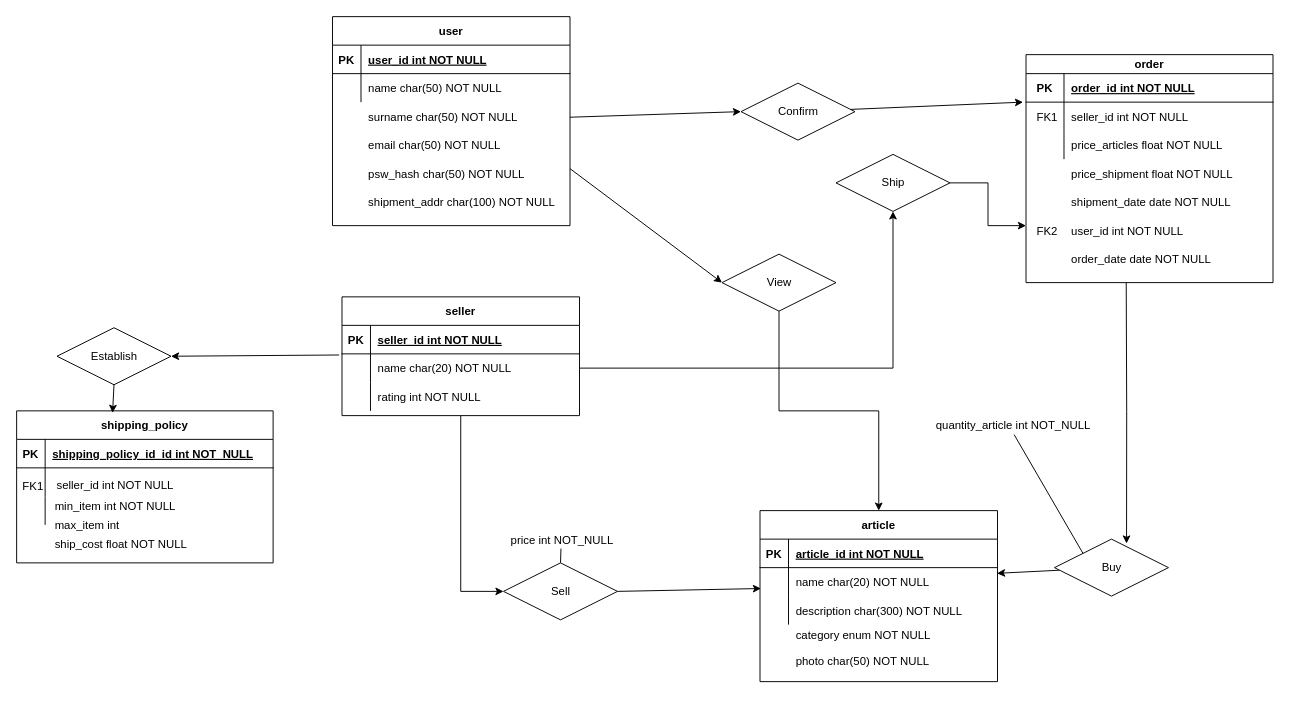
fedy97/TIW_HTML-2020-2021 keeps this draw.io diagram as Untitled Diagram.drawio. Above is the earlier version. Source tidied: cells renumbered, new cells numbered last; positions are measured from the earlier drawing's top-left corner, leaving out a move shared by most shapes. Both pictures are drawn from the tidied source at 95%, with x=0, y=0 at pixel (16, 16).
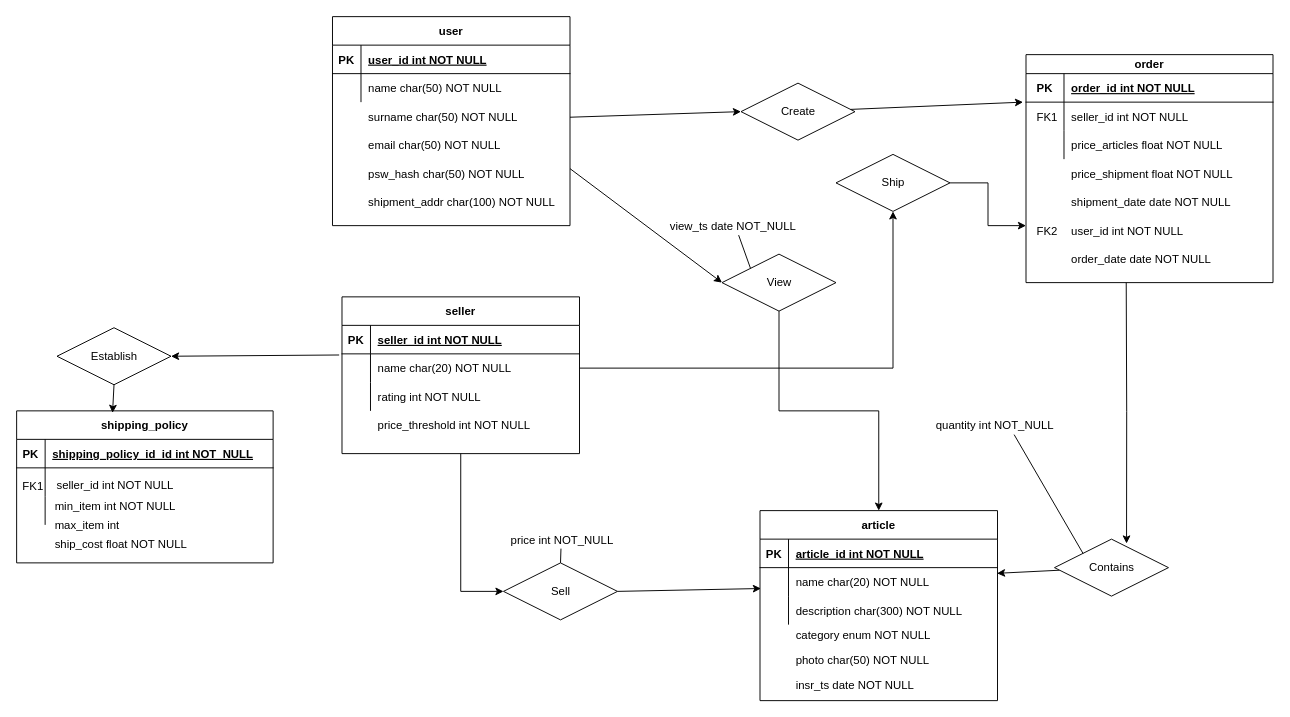
After the change.

Change to the diagram source:
```diff
@@
     <mxCell id="13" value="article" style="shape=table;startSize=30;childLayout=tableLayout;rowLines=0;fontStyle=1;align=center;" parent="1" vertex="1">
-      <mxGeometry x="782.5" y="520" width="250" height="180" as="geometry" />
+      <mxGeometry x="782.5" y="520" width="250" height="200" as="geometry" />
     </mxCell>
@@
     <mxCell id="32" value="photo char(50) NOT NULL" style="shape=partialRectangle;overflow=hidden;fillColor=none;top=0;left=0;bottom=0;right=0;align=left;spacingLeft=6;" parent="1" vertex="1">
-      <mxGeometry x="812.5" y="663" width="220" height="30" as="geometry" />
+      <mxGeometry x="812.5" y="663" width="220" height="27" as="geometry" />
     </mxCell>
@@
     <mxCell id="34" value="seller" style="shape=table;startSize=30;childLayout=tableLayout;rowLines=0;fontStyle=1;align=center;" parent="1" vertex="1">
-      <mxGeometry x="342.5" y="295" width="250" height="125" as="geometry" />
+      <mxGeometry x="342.5" y="295" width="250" height="165" as="geometry" />
     </mxCell>
@@
-    <mxCell id="51" value="Buy" style="shape=rhombus;perimeter=rhombusPerimeter;whiteSpace=wrap;html=1;align=center;" parent="1" vertex="1">
+    <mxCell id="51" value="Contains" style="shape=rhombus;perimeter=rhombusPerimeter;whiteSpace=wrap;html=1;align=center;" parent="1" vertex="1">
       <mxGeometry x="1092.5" y="550" width="120" height="60" as="geometry" />
     </mxCell>
@@
-    <mxCell id="57" value="Confirm" style="shape=rhombus;perimeter=rhombusPerimeter;whiteSpace=wrap;html=1;align=center;strokeColor=#000000;" parent="1" vertex="1">
+    <mxCell id="57" value="Create" style="shape=rhombus;perimeter=rhombusPerimeter;whiteSpace=wrap;html=1;align=center;strokeColor=#000000;" parent="1" vertex="1">
       <mxGeometry x="762.5" y="70" width="120" height="60" as="geometry" />
     </mxCell>
@@
-    <mxCell id="59" value="quantity_article int NOT_NULL" style="shape=partialRectangle;fillColor=none;top=0;left=0;bottom=0;right=0;align=left;spacingLeft=6;overflow=hidden;" parent="1" vertex="1">
+    <mxCell id="59" value="quantity int NOT_NULL" style="shape=partialRectangle;fillColor=none;top=0;left=0;bottom=0;right=0;align=left;spacingLeft=6;overflow=hidden;" parent="1" vertex="1">
       <mxGeometry x="960" y="410" width="190" height="40" as="geometry" />
     </mxCell>
@@
+    <mxCell id="88" value="price_threshold int NOT NULL" style="shape=partialRectangle;overflow=hidden;fillColor=none;top=0;left=0;bottom=0;right=0;align=left;spacingLeft=6;" parent="1" vertex="1">
+      <mxGeometry x="372.5" y="415" width="220" height="30" as="geometry" />
+    </mxCell>
+    <mxCell id="89" value="view_ts date NOT_NULL" style="shape=partialRectangle;fillColor=none;top=0;left=0;bottom=0;right=0;align=left;spacingLeft=6;overflow=hidden;" parent="1" vertex="1">
+      <mxGeometry x="680" y="200" width="190" height="40" as="geometry" />
+    </mxCell>
+    <mxCell id="90" style="endArrow=none;html=1;entryX=0;entryY=0;entryDx=0;entryDy=0;" parent="1" edge="1">
+      <mxGeometry relative="1" as="geometry">
+        <mxPoint x="760" y="230" as="sourcePoint" />
+        <mxPoint x="772.5" y="265" as="targetPoint" />
+      </mxGeometry>
+    </mxCell>
+    <mxCell id="91" value="insr_ts date NOT NULL" style="shape=partialRectangle;overflow=hidden;fillColor=none;top=0;left=0;bottom=0;right=0;align=left;spacingLeft=6;" parent="1" vertex="1">
+      <mxGeometry x="812.5" y="690" width="220" height="27" as="geometry" />
+    </mxCell>
```
